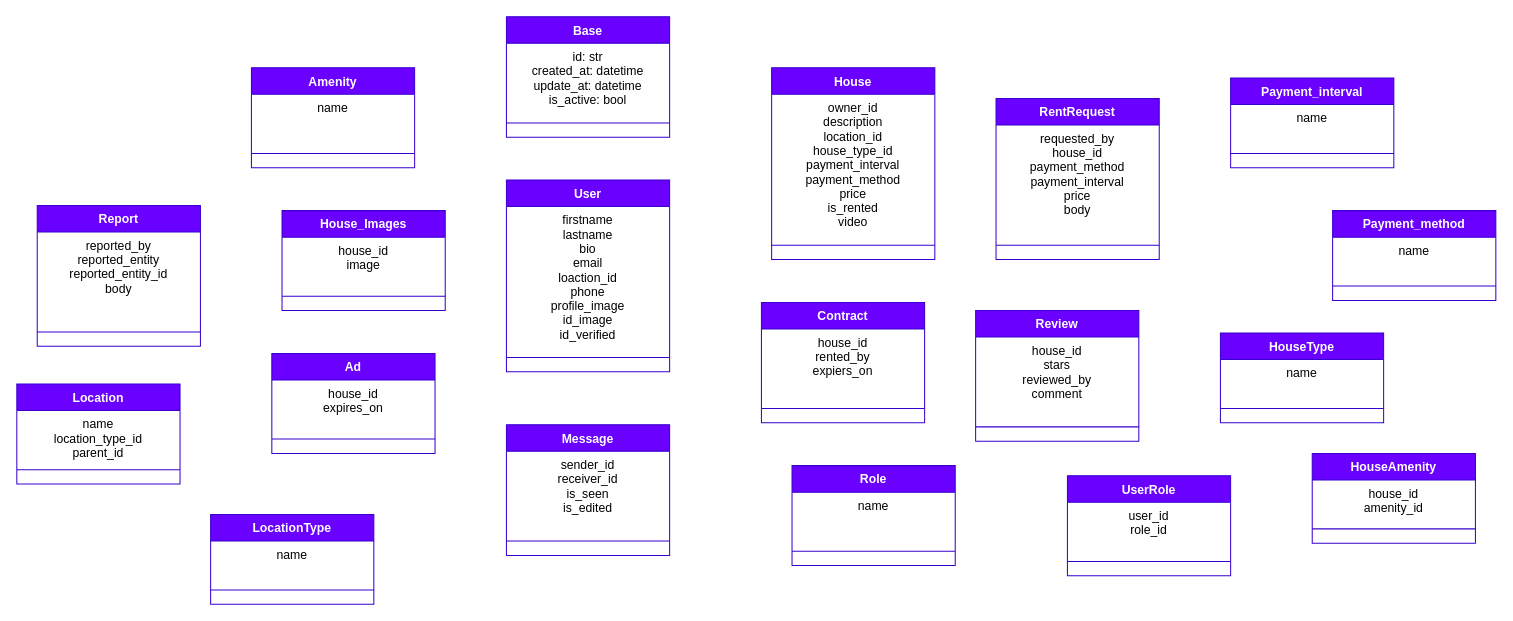
Before: RentBridge/rentbridge-db.dio in MicrQ/100DaysOfDjango, a draw.io diagram. Source tidied: cells renumbered, new cells numbered last; positions are measured from the earlier drawing's top-left corner, leaving out a move shared by most shapes. Both pictures are drawn from the tidied source at 102%, with x=0, y=0 at pixel (16, 16).
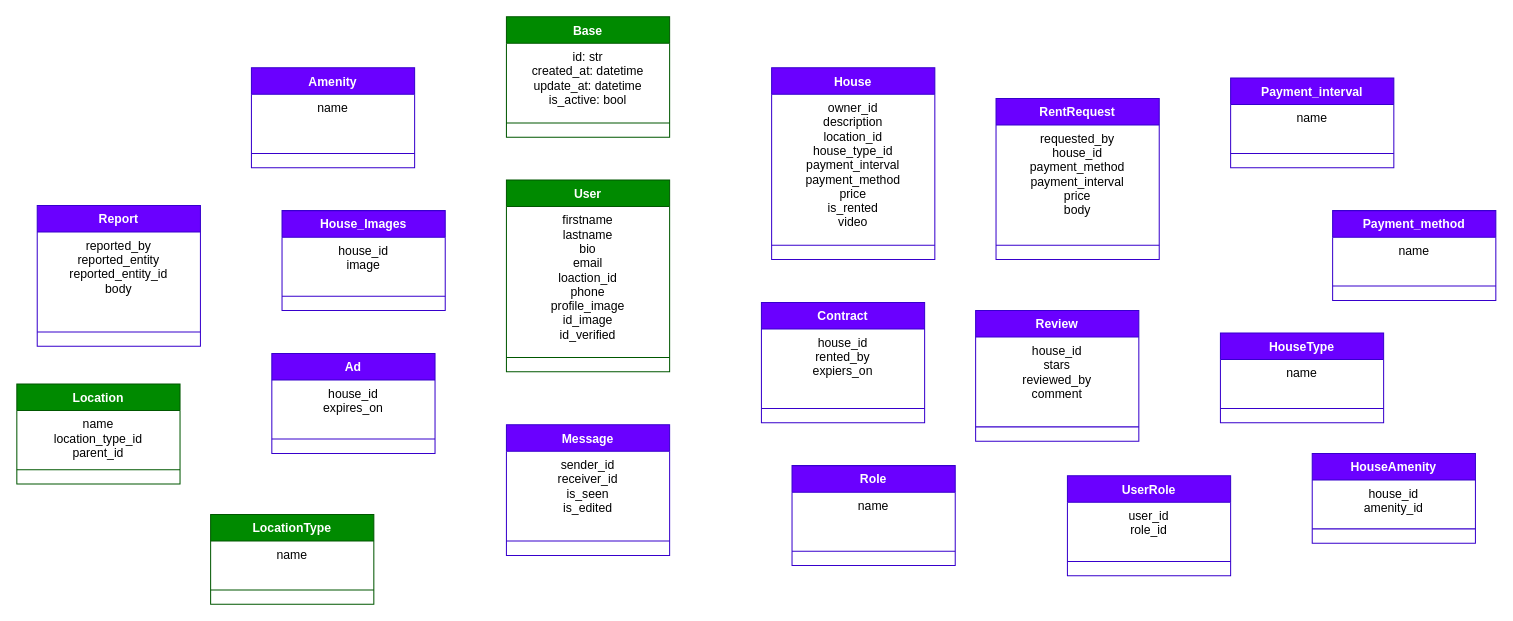
Above is the later version.

Commit message (it also covers changes not shown here):
wrote tests for location model. created new migrations

Diff of the diagram source:
```diff
@@
-    <mxCell id="2" value="Base" style="swimlane;fontStyle=1;align=center;verticalAlign=top;horizontal=1;startSize=26;fillColor=#6a00ff;fontColor=#ffffff;strokeColor=#3700CC;" parent="1" vertex="1">
+    <mxCell id="2" value="Base" style="swimlane;fontStyle=1;align=center;verticalAlign=top;horizontal=1;startSize=26;fillColor=#008a00;fontColor=#ffffff;strokeColor=#005700;" parent="1" vertex="1">
       <mxGeometry x="480" width="160" height="118" as="geometry" />
     </mxCell>
@@
-    <mxCell id="5" value="User" style="swimlane;fontStyle=1;align=center;verticalAlign=top;horizontal=1;startSize=26;fillColor=#6a00ff;fontColor=#ffffff;strokeColor=#3700CC;" parent="1" vertex="1">
+    <mxCell id="5" value="User" style="swimlane;fontStyle=1;align=center;verticalAlign=top;horizontal=1;startSize=26;fillColor=#008a00;fontColor=#ffffff;strokeColor=#005700;" parent="1" vertex="1">
       <mxGeometry x="480" y="160" width="160" height="188" as="geometry" />
     </mxCell>
@@
-    <mxCell id="38" value="Location" style="swimlane;fontStyle=1;align=center;verticalAlign=top;horizontal=1;startSize=26;fillColor=#6a00ff;fontColor=#ffffff;strokeColor=#3700CC;" parent="1" vertex="1">
+    <mxCell id="38" value="Location" style="swimlane;fontStyle=1;align=center;verticalAlign=top;horizontal=1;startSize=26;fillColor=#008a00;fontColor=#ffffff;strokeColor=#005700;" parent="1" vertex="1">
       <mxGeometry y="360" width="160" height="98" as="geometry" />
     </mxCell>
@@
-    <mxCell id="41" value="LocationType" style="swimlane;fontStyle=1;align=center;verticalAlign=top;horizontal=1;startSize=26;fillColor=#6a00ff;fontColor=#ffffff;strokeColor=#3700CC;" parent="1" vertex="1">
+    <mxCell id="41" value="LocationType" style="swimlane;fontStyle=1;align=center;verticalAlign=top;horizontal=1;startSize=26;fillColor=#008a00;fontColor=#ffffff;strokeColor=#005700;" parent="1" vertex="1">
       <mxGeometry x="190" y="488" width="160" height="88" as="geometry" />
     </mxCell>
```
